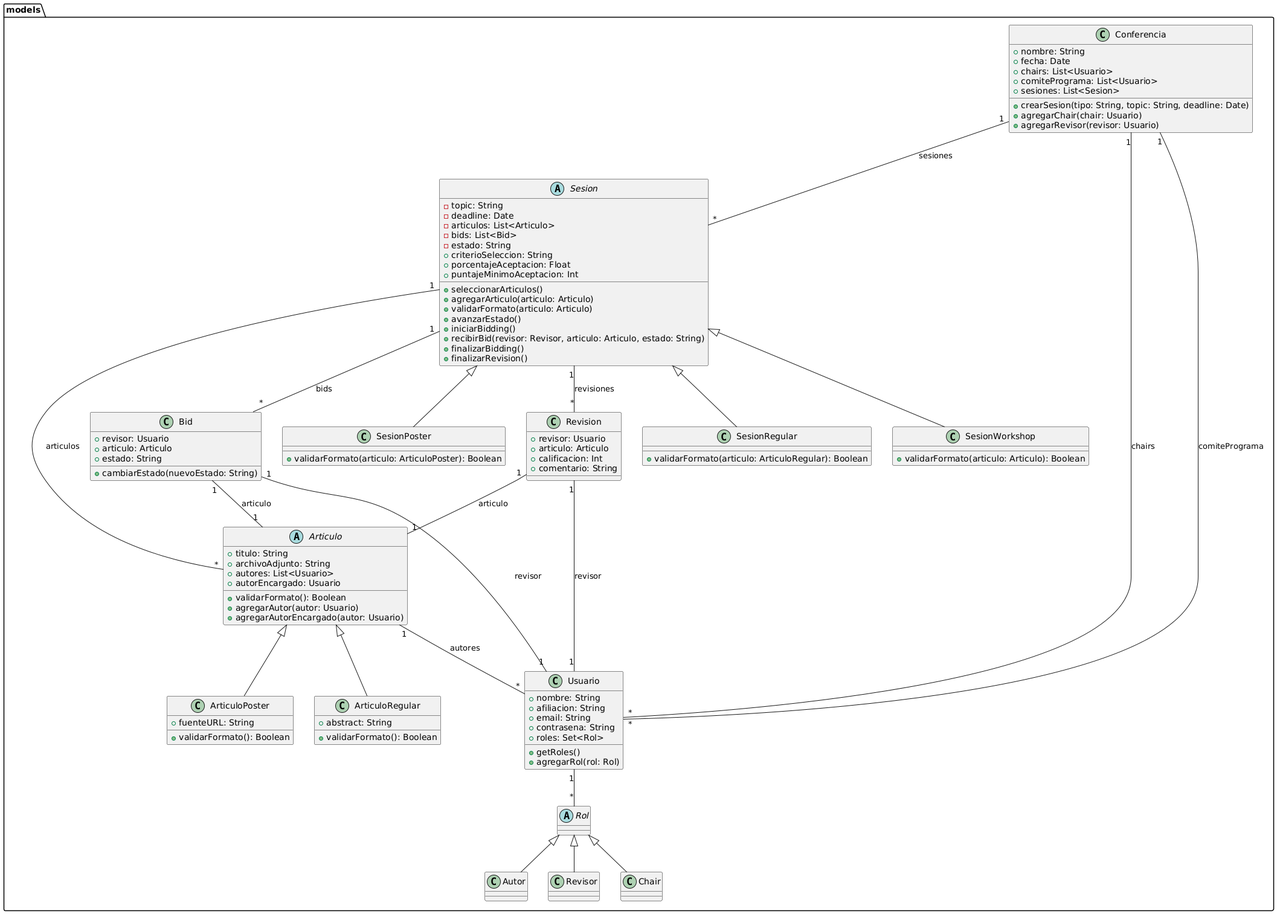
Above: docs/diagrama.png in hadominguez/ComfyChair (PlantUML), before the change. Source of this version:
```plantuml
@startuml
package models {
  class Usuario {
    +nombre: String
    +afiliacion: String
    +email: String
    +contrasena: String
    +roles: Set<Rol>
    +getRoles()
    +agregarRol(rol: Rol)
  }

  abstract class Rol {
  }

  class Autor extends Rol {
  }

  class Revisor extends Rol {
  }

  class Chair extends Rol {
  }

  class Conferencia {
    +nombre: String
    +fecha: Date
    +chairs: List<Usuario>
    +comitePrograma: List<Usuario>
    +sesiones: List<Sesion>
    +crearSesion(tipo: String, topic: String, deadline: Date)
    +agregarChair(chair: Usuario)
    +agregarRevisor(revisor: Usuario)
  }

  abstract class Sesion {
    -topic: String
    -deadline: Date
    -articulos: List<Articulo>
    -bids: List<Bid>
    -estado: String
    +criterioSeleccion: String
    +porcentajeAceptacion: Float
    +puntajeMinimoAceptacion: Int
    +seleccionarArticulos()
    +agregarArticulo(articulo: Articulo)
    +validarFormato(articulo: Articulo)
    +avanzarEstado()
    +iniciarBidding()
    +recibirBid(revisor: Revisor, articulo: Articulo, estado: String)
    +finalizarBidding()
    +finalizarRevision()
  }

  class SesionRegular extends Sesion {
    +validarFormato(articulo: ArticuloRegular): Boolean
  }

  class SesionWorkshop extends Sesion {
    +validarFormato(articulo: Articulo): Boolean
  }

  class SesionPoster extends Sesion {
    +validarFormato(articulo: ArticuloPoster): Boolean
  }

  abstract class Articulo {
    +titulo: String
    +archivoAdjunto: String
    +autores: List<Usuario>
    +autorEncargado: Usuario
    +validarFormato(): Boolean
    +agregarAutor(autor: Usuario)
    +agregarAutorEncargado(autor: Usuario)
  }

  class ArticuloRegular extends Articulo {
    +abstract: String
    +validarFormato(): Boolean
  }

  class ArticuloPoster extends Articulo {
    +fuenteURL: String
    +validarFormato(): Boolean
  }

  class Revision {
    +revisor: Usuario
    +articulo: Articulo
    +calificacion: Int
    +comentario: String
  }

  class Bid {
    +revisor: Usuario
    +articulo: Articulo
    +estado: String
    +cambiarEstado(nuevoEstado: String)
  }
}

Usuario "1" -- "*" Rol
Conferencia "1" -- "*" Usuario : "chairs"
Conferencia "1" -- "*" Usuario : "comitePrograma"
Conferencia "1" -- "*" Sesion : "sesiones"
Sesion "1" -- "*" Articulo : "articulos"
Sesion "1" -- "*" Bid : "bids"
Sesion "1" -- "*" Revision : "revisiones"
Articulo "1" -- "*" Usuario : "autores"
Bid "1" -- "1" Usuario : "revisor"
Bid "1" -- "1" Articulo : "articulo"
Revision "1" -- "1" Usuario : "revisor"
Revision "1" -- "1" Articulo : "articulo"
@enduml
```
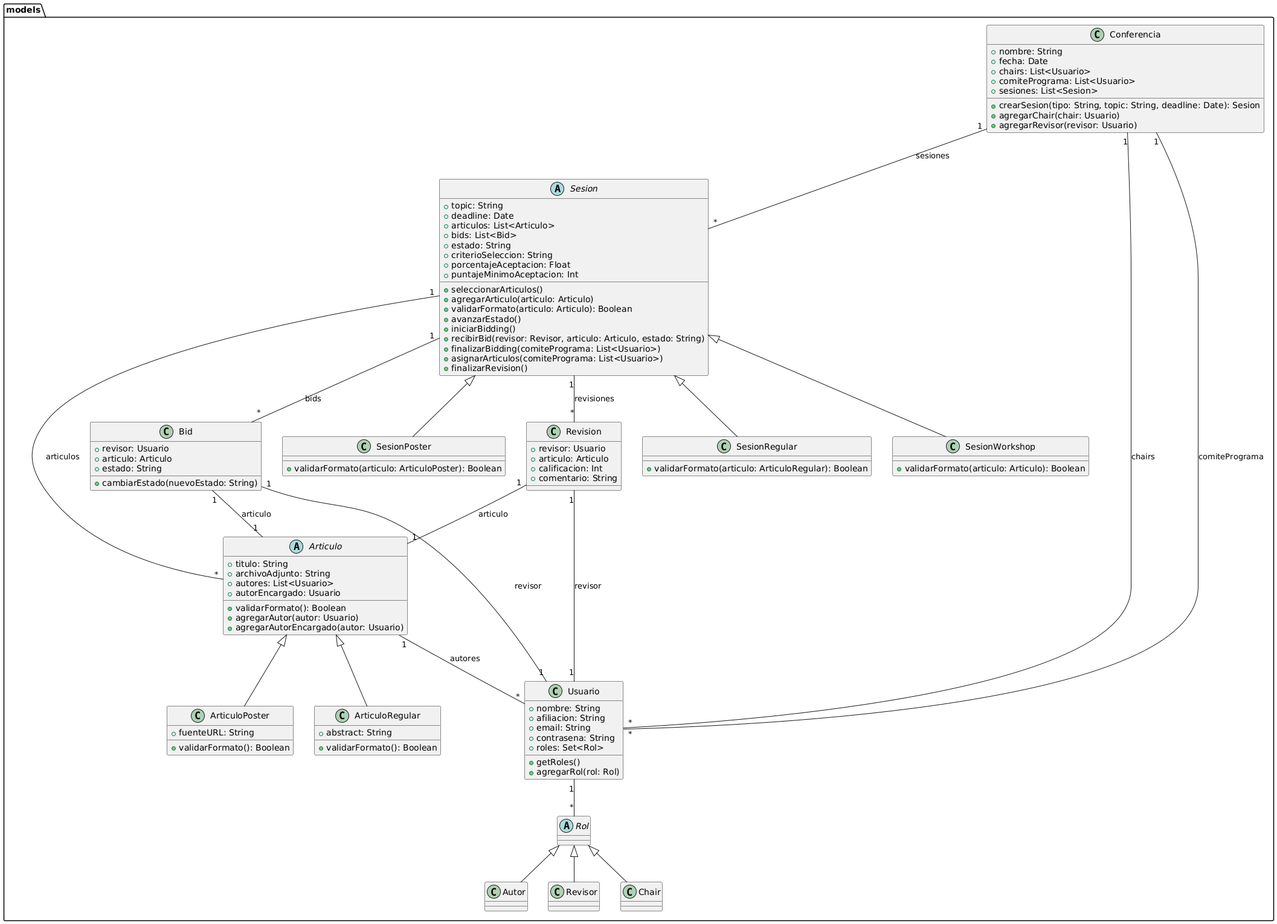
The same diagram one commit later.

The edit, as a diff of the source:
```diff
@@ -28,27 +28,28 @@
     +chairs: List<Usuario>
     +comitePrograma: List<Usuario>
     +sesiones: List<Sesion>
-    +crearSesion(tipo: String, topic: String, deadline: Date)
+    +crearSesion(tipo: String, topic: String, deadline: Date): Sesion
     +agregarChair(chair: Usuario)
     +agregarRevisor(revisor: Usuario)
   }
 
   abstract class Sesion {
-    -topic: String
-    -deadline: Date
-    -articulos: List<Articulo>
-    -bids: List<Bid>
-    -estado: String
+    +topic: String
+    +deadline: Date
+    +articulos: List<Articulo>
+    +bids: List<Bid>
+    +estado: String
     +criterioSeleccion: String
     +porcentajeAceptacion: Float
     +puntajeMinimoAceptacion: Int
     +seleccionarArticulos()
     +agregarArticulo(articulo: Articulo)
-    +validarFormato(articulo: Articulo)
+    +validarFormato(articulo: Articulo): Boolean
     +avanzarEstado()
     +iniciarBidding()
     +recibirBid(revisor: Revisor, articulo: Articulo, estado: String)
-    +finalizarBidding()
+    +finalizarBidding(comitePrograma: List<Usuario>)
+    +asignarArticulos(comitePrograma: List<Usuario>)
     +finalizarRevision()
   }
 
```
